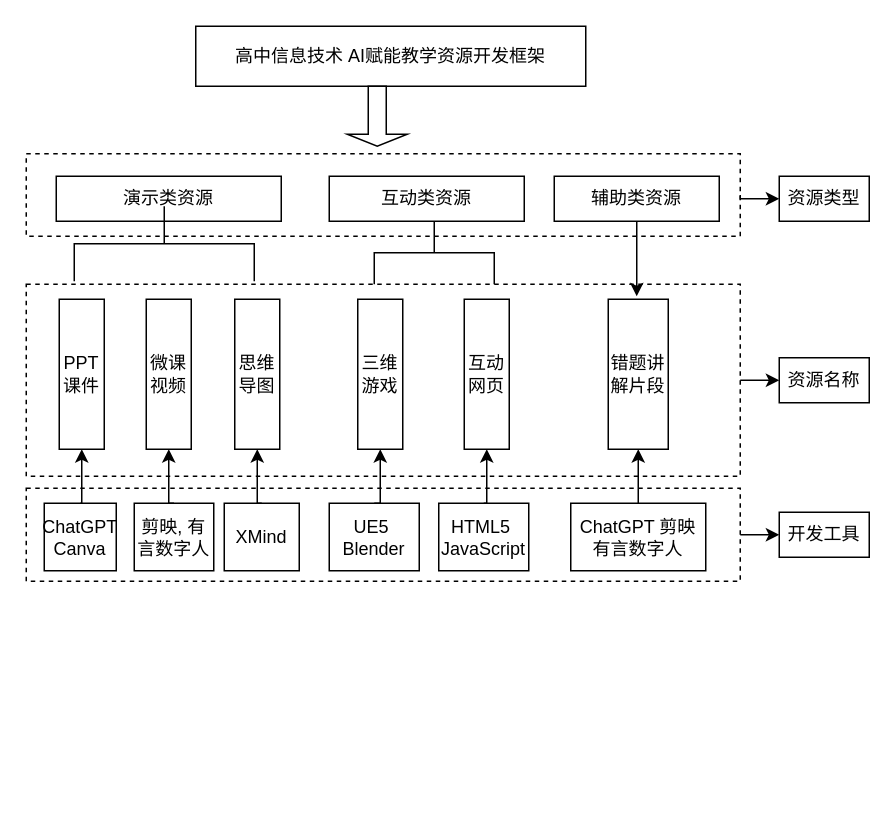
Earlier version of the draw.io diagram 资源图.drawio (xewy/qimo2). Source tidied: cells renumbered, new cells numbered last; positions are measured from the earlier drawing's top-left corner, leaving out a move shared by most shapes. Both pictures are drawn from the tidied source at 150%, with x=0, y=0 at pixel (26, 26).
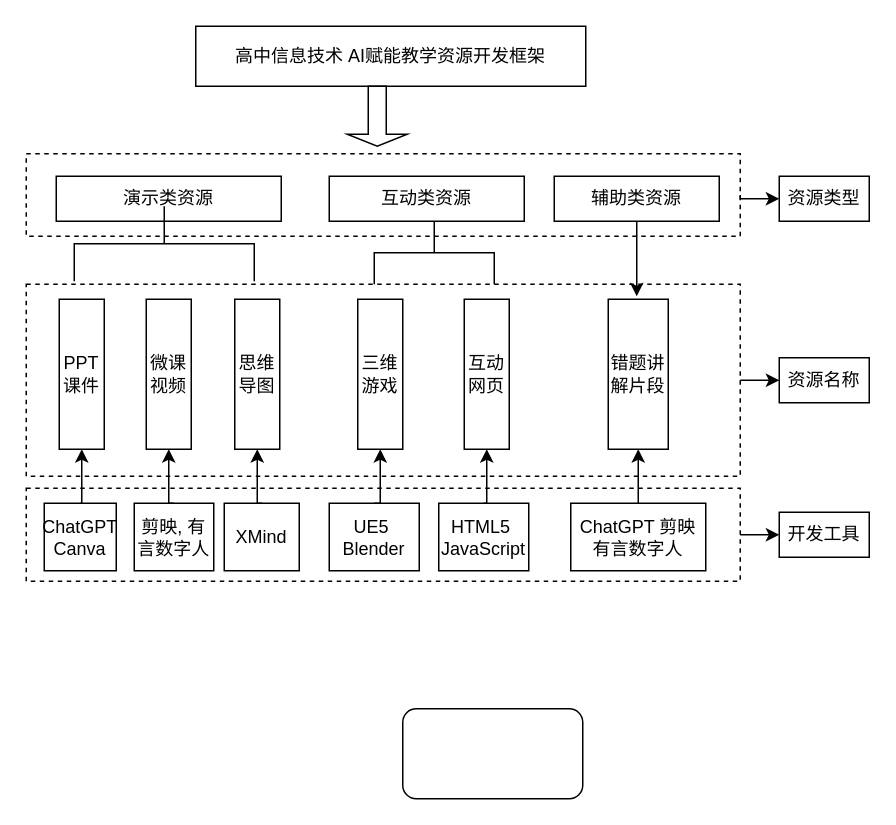
Above is the later version.

Commit message (it also covers changes not shown here):
更新资源图.drawio

Change to the diagram source:
```diff
@@
+    <mxCell id="38" style="rounded=1;whiteSpace=wrap;html=1;" parent="1" vertex="1">
+      <mxGeometry x="251" y="455" width="120" height="60" as="geometry" />
+    </mxCell>
```
